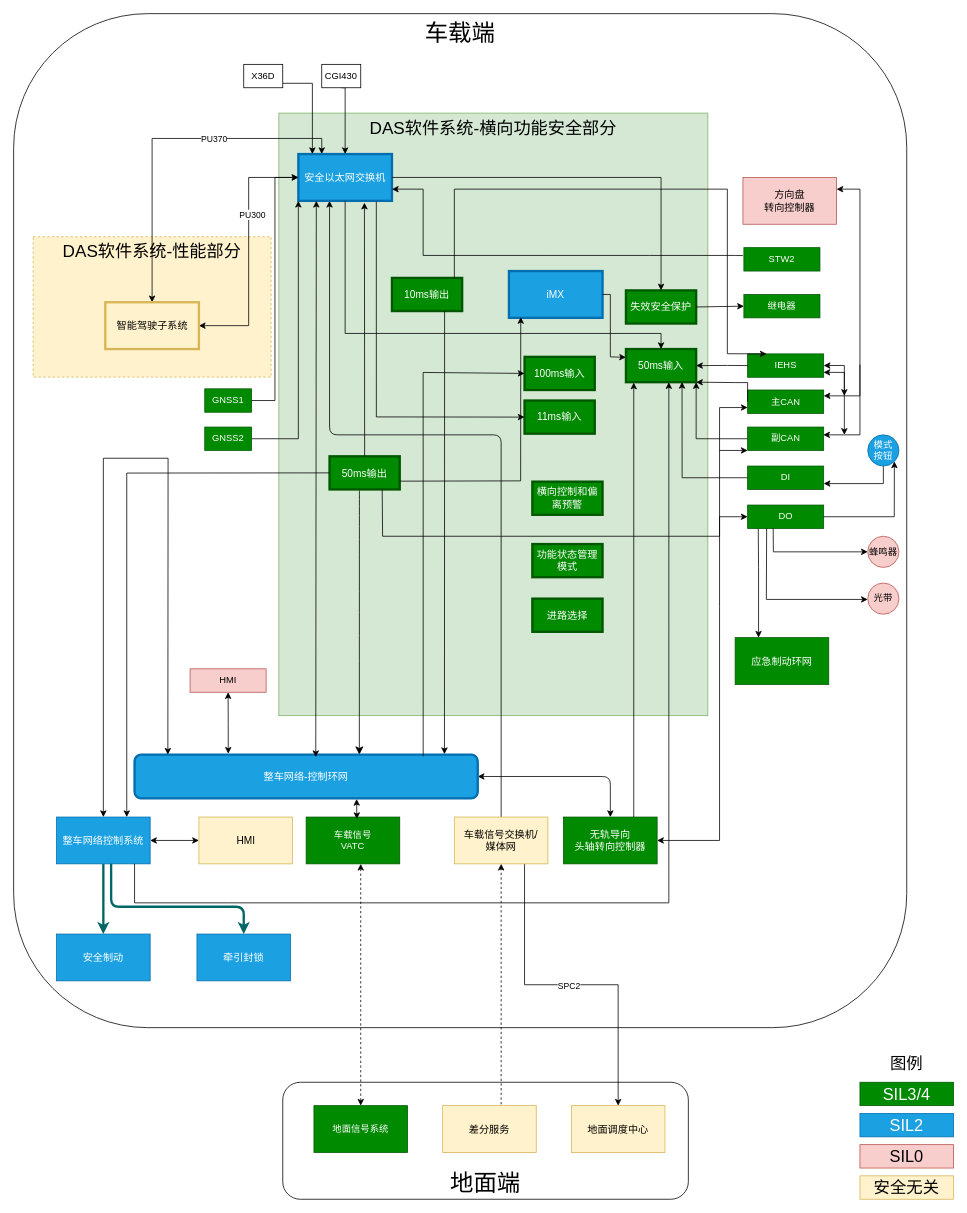
FrankWong-cs/SharingwithColleagues keeps this draw.io diagram as page "DAS软件与外部实体关系" (9 of 9) of 马来DAS系统关联关系图.drawio. Above is the earlier version. Source tidied: cells renumbered, new cells numbered last; positions are measured from the earlier drawing's top-left corner, leaving out a move shared by most shapes. Both pictures are drawn from the tidied source at 78%, with x=0, y=0 at pixel (13, 13).
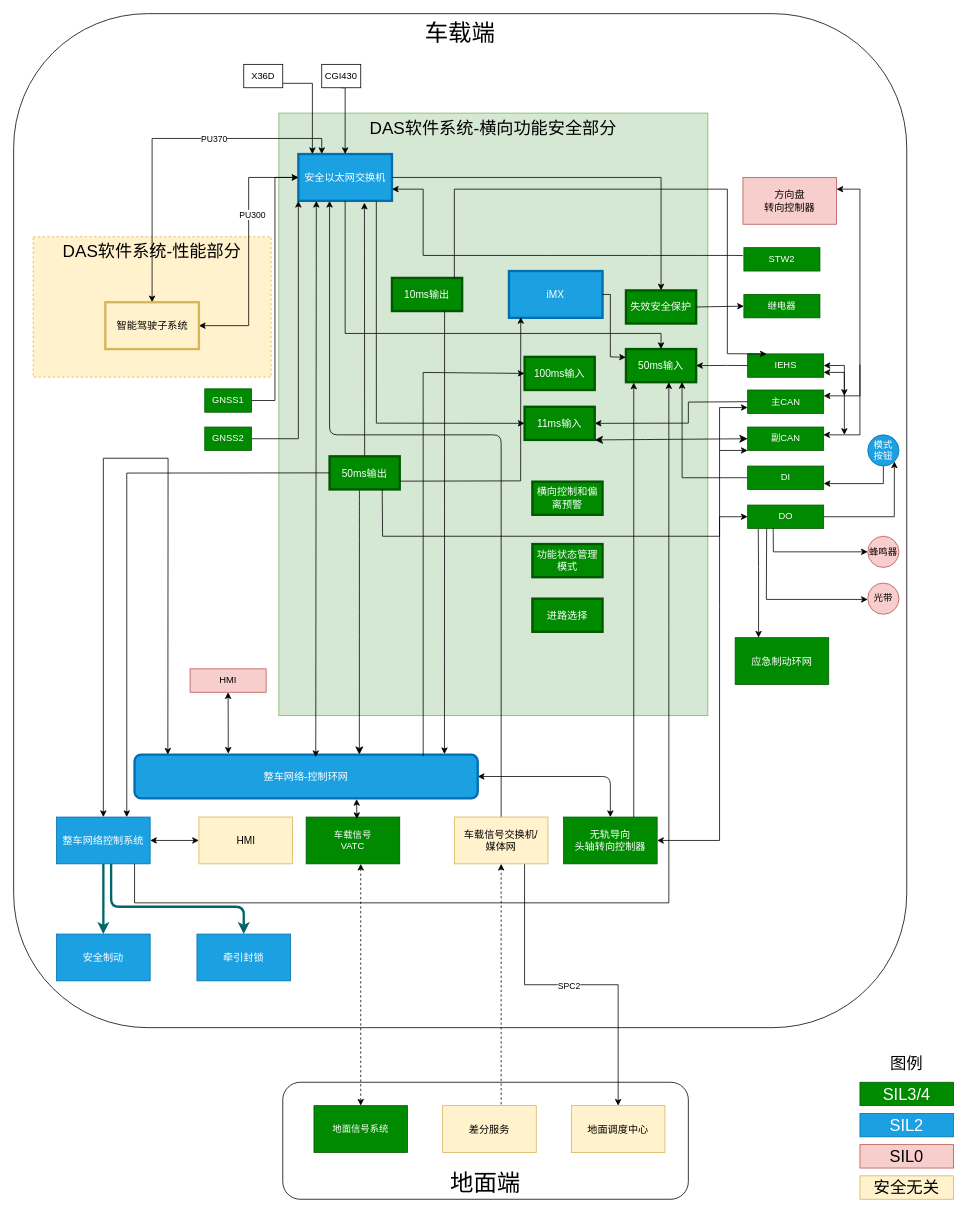
After the change.

Commit message:
更新马来DAS系统关联关系图.drawio

Unchanged cells that the change refers to:
```xml
<mxCell id="12" value="安全以太网交换机" style="rounded=0;whiteSpace=wrap;html=1;fontSize=13;fillColor=#1ba1e2;strokeColor=#006EAF;strokeWidth=3;fontColor=#ffffff;" parent="1" vertex="1">
  <mxGeometry x="365" y="180" width="120" height="60" as="geometry" />
</mxCell>
<mxCell id="47" value="50ms输入" style="rounded=0;whiteSpace=wrap;html=1;fontSize=13;fillColor=#008a00;strokeColor=#005700;strokeWidth=3;fontColor=#ffffff;" parent="1" vertex="1">
  <mxGeometry x="785" y="430" width="90" height="42.5" as="geometry" />
</mxCell>
<mxCell id="58" value="主CAN" style="rounded=0;whiteSpace=wrap;html=1;fillColor=#008a00;fontColor=#ffffff;strokeColor=#005700;" parent="1" vertex="1">
  <mxGeometry x="941" y="482.5" width="97.5" height="30" as="geometry" />
</mxCell>
<mxCell id="59" value="副CAN" style="rounded=0;whiteSpace=wrap;html=1;fillColor=#008a00;fontColor=#ffffff;strokeColor=#005700;" parent="1" vertex="1">
  <mxGeometry x="941" y="530" width="97.5" height="30" as="geometry" />
</mxCell>
```

Diff of the diagram source:
```diff
@@
-    <mxCell id="60" style="endArrow=classic;html=1;rounded=0;exitX=0;exitY=0.5;exitDx=0;exitDy=0;entryX=1;entryY=1;entryDx=0;entryDy=0;" parent="1" edge="1" source="58" target="47">
+    <mxCell id="60" style="endArrow=classic;html=1;rounded=0;exitX=0;exitY=0.5;exitDx=0;exitDy=0;entryX=1;entryY=0.5;entryDx=0;entryDy=0;" parent="1" edge="1" source="58" target="67">
       <mxGeometry relative="1" as="geometry">
         <Array as="points">
-          <mxPoint x="941" y="473" />
-          <mxPoint x="925" y="473" />
+          <mxPoint x="865" y="498" />
+          <mxPoint x="865" y="525" />
         </Array>
       </mxGeometry>
     </mxCell>
-    <mxCell id="61" style="endArrow=classic;html=1;rounded=0;exitX=0;exitY=0.5;exitDx=0;exitDy=0;entryX=1;entryY=1;entryDx=0;entryDy=0;" parent="1" edge="1" source="59" target="47">
-      <mxGeometry relative="1" as="geometry">
-        <Array as="points">
-          <mxPoint x="875" y="545" />
-        </Array>
-      </mxGeometry>
-    </mxCell>
@@
     <mxCell id="67" value="11ms输入" style="rounded=0;whiteSpace=wrap;html=1;fontSize=13;fillColor=#008a00;strokeColor=#005700;strokeWidth=3;fontColor=#ffffff;" parent="1" vertex="1">
-      <mxGeometry x="655" y="496" width="90" height="42.5" as="geometry" />
+      <mxGeometry x="655" y="504" width="90" height="42.5" as="geometry" />
     </mxCell>
@@
     <mxCell id="71" style="endArrow=classic;html=1;rounded=0;exitX=0.833;exitY=1.012;exitDx=0;exitDy=0;exitPerimeter=0;entryX=0;entryY=0.5;entryDx=0;entryDy=0;" parent="1" edge="1" source="12" target="67">
       <mxGeometry relative="1" as="geometry">
         <Array as="points">
-          <mxPoint x="465" y="517" />
+          <mxPoint x="465" y="525" />
         </Array>
       </mxGeometry>
     </mxCell>
@@
+    <mxCell id="104" style="endArrow=classic;startArrow=classic;html=1;rounded=0;fontSize=12;startSize=8;endSize=8;curved=1;exitX=1;exitY=1;exitDx=0;exitDy=0;entryX=0;entryY=0.5;entryDx=0;entryDy=0;" parent="1" edge="1" source="67" target="59">
+      <mxGeometry relative="1" as="geometry" />
+    </mxCell>
```
